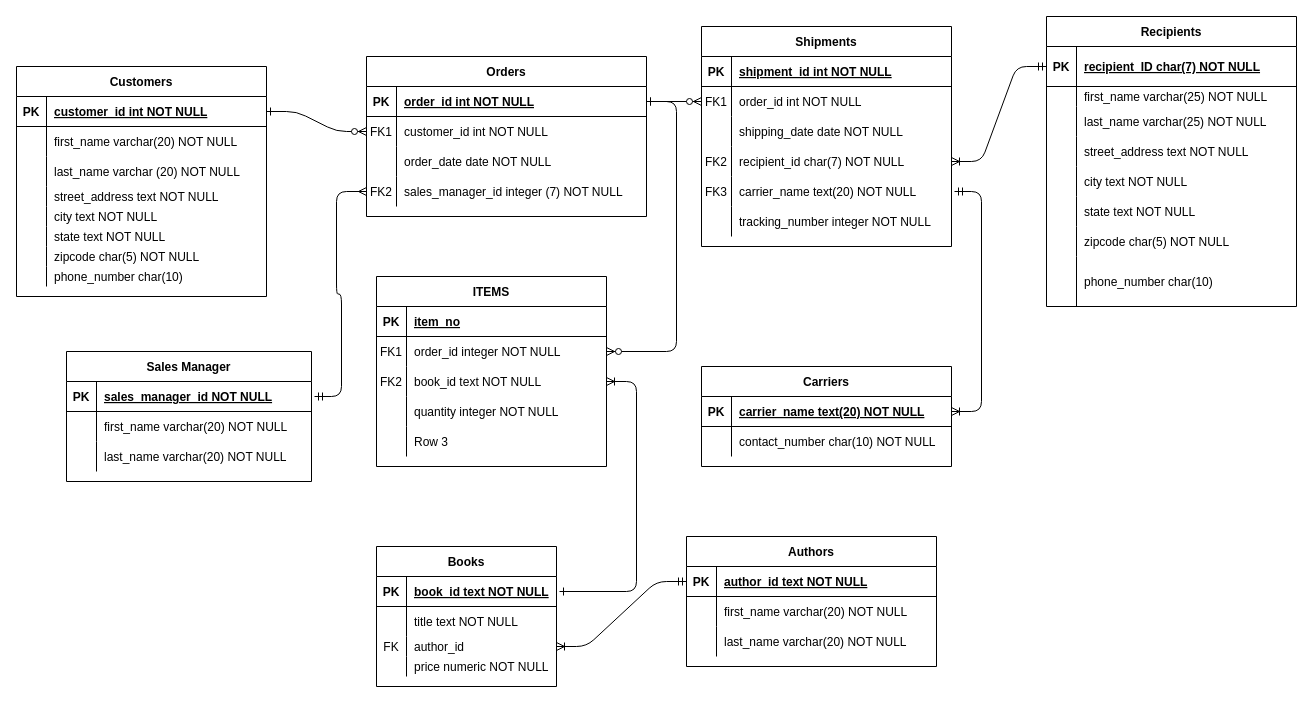
Before: page "Page-1" (1 of 2) of Customer Order ERD.drawio in arushing004/BUAN-6320, a draw.io diagram. Source tidied: cells renumbered, new cells numbered last; positions are measured from the earlier drawing's top-left corner, leaving out a move shared by most shapes. Both pictures are drawn from the tidied source at 100%, with x=0, y=0 at pixel (16, 16).
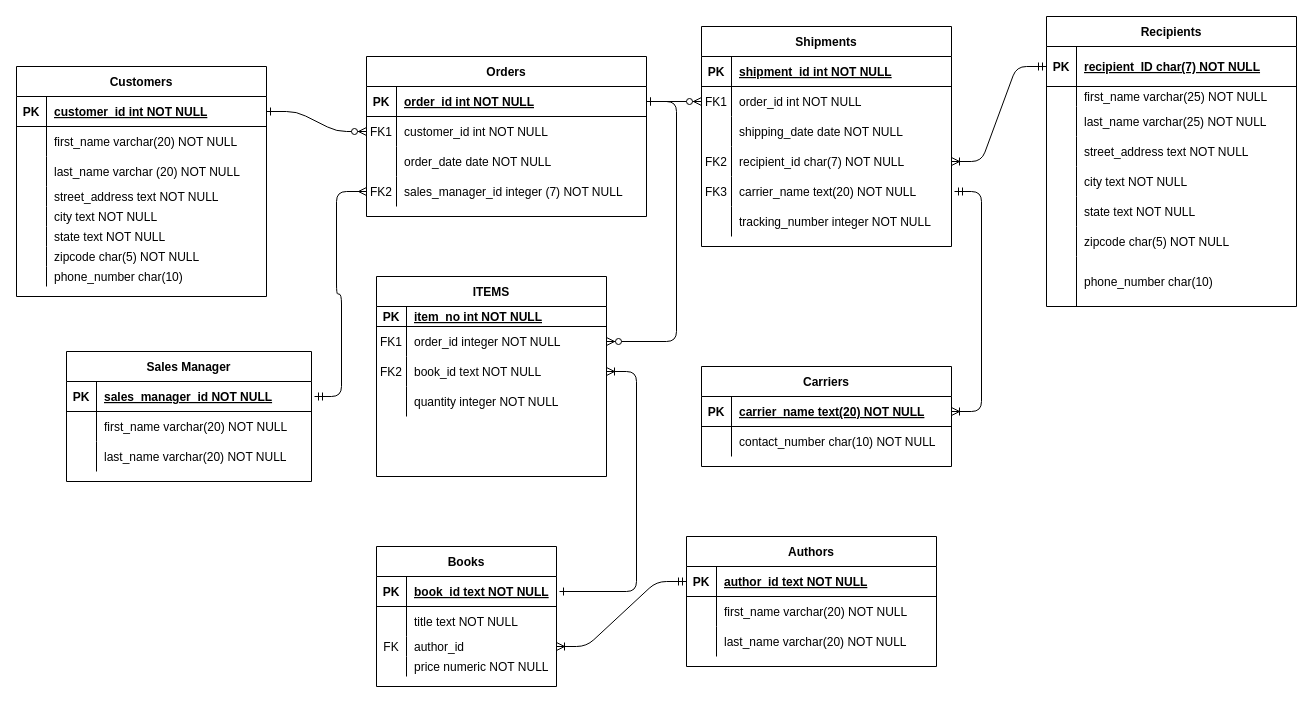
Above is the later version.

Diff of the diagram source:
```diff
@@
     <mxCell id="119" value="ITEMS" style="shape=table;startSize=30;childLayout=tableLayout;rowLines=0;fontStyle=1;align=center;shadow=0;" parent="1" vertex="1">
-      <mxGeometry x="360" y="260" width="230" height="190" as="geometry" />
+      <mxGeometry x="360" y="260" width="230" height="200" as="geometry" />
     </mxCell>
     <mxCell id="120" style="shape=partialRectangle;fillColor=none;top=0;left=0;bottom=1;right=0;" parent="119" vertex="1">
-      <mxGeometry y="30" width="230" height="30" as="geometry" />
+      <mxGeometry y="30" width="230" height="20" as="geometry" />
     </mxCell>
     <mxCell id="121" value="PK" style="shape=partialRectangle;fillColor=none;top=0;left=0;bottom=0;right=0;fontStyle=1;overflow=hidden;" parent="120" vertex="1">
-      <mxGeometry width="30" height="30" as="geometry" />
+      <mxGeometry width="30" height="20" as="geometry" />
     </mxCell>
-    <mxCell id="122" value="item_no" style="shape=partialRectangle;fillColor=none;top=0;left=0;bottom=0;right=0;align=left;spacingLeft=6;fontStyle=5;overflow=hidden;" parent="120" vertex="1">
-      <mxGeometry x="30" width="200" height="30" as="geometry" />
+    <mxCell id="122" value="item_no int NOT NULL" style="shape=partialRectangle;fillColor=none;top=0;left=0;bottom=0;right=0;align=left;spacingLeft=6;fontStyle=5;overflow=hidden;" parent="120" vertex="1">
+      <mxGeometry x="30" width="200" height="20" as="geometry" />
     </mxCell>
     <mxCell id="123" style="shape=partialRectangle;fillColor=none;top=0;left=0;bottom=0;right=0;points=[[0,0.5],[1,0.5]];portConstraint=eastwest;" parent="119" vertex="1">
-      <mxGeometry y="60" width="230" height="30" as="geometry" />
+      <mxGeometry y="50" width="230" height="30" as="geometry" />
     </mxCell>
@@
     <mxCell id="126" style="shape=partialRectangle;fillColor=none;top=0;left=0;bottom=0;right=0;points=[[0,0.5],[1,0.5]];portConstraint=eastwest;" parent="119" vertex="1">
-      <mxGeometry y="90" width="230" height="30" as="geometry" />
+      <mxGeometry y="80" width="230" height="30" as="geometry" />
     </mxCell>
@@
     <mxCell id="129" style="shape=partialRectangle;fillColor=none;top=0;left=0;bottom=0;right=0;" parent="119" vertex="1">
-      <mxGeometry y="120" width="230" height="30" as="geometry" />
+      <mxGeometry y="110" width="230" height="30" as="geometry" />
     </mxCell>
@@
-    <mxCell id="132" style="shape=partialRectangle;fillColor=none;top=0;left=0;bottom=0;right=0;" parent="119" vertex="1">
-      <mxGeometry y="150" width="230" height="30" as="geometry" />
-    </mxCell>
-    <mxCell id="133" style="shape=partialRectangle;fillColor=none;top=0;left=0;bottom=0;right=0;overflow=hidden;" parent="132" vertex="1">
-      <mxGeometry width="30" height="30" as="geometry" />
-    </mxCell>
-    <mxCell id="134" value="Row 3" style="shape=partialRectangle;fillColor=none;top=0;left=0;bottom=0;right=0;align=left;spacingLeft=6;overflow=hidden;" parent="132" vertex="1">
-      <mxGeometry x="30" width="200" height="30" as="geometry" />
-    </mxCell>
```
